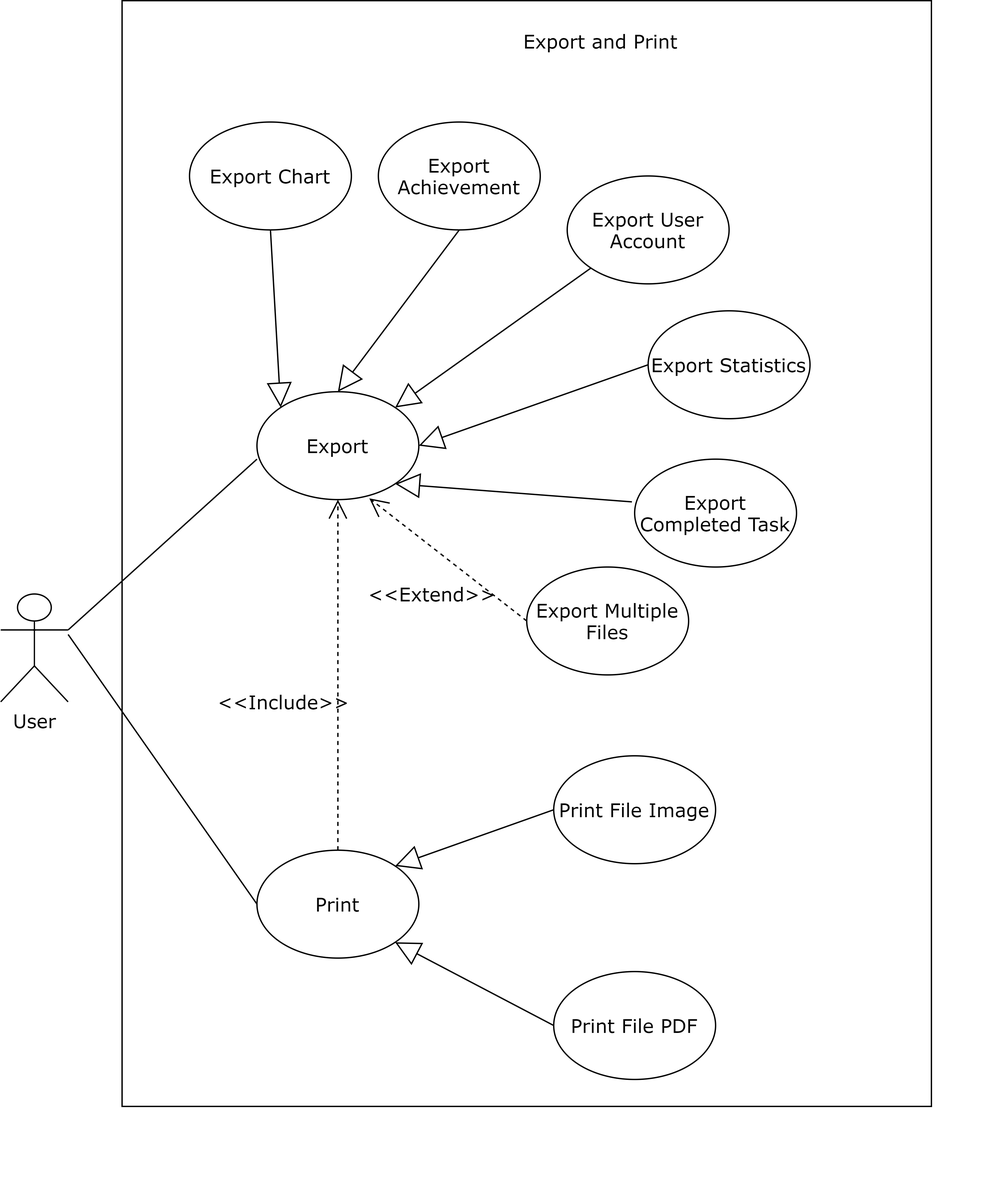
Before: ToDoApp-Doc/Document/Diagram/UseCase/Export_Print/Export_Print.png, a diagram exported from draw.io (Merevoli-DatLuu/To-Do-App). Source tidied: cells renumbered, new cells last; positions are measured from the earlier drawing's top-left corner, leaving out a move shared by most shapes.
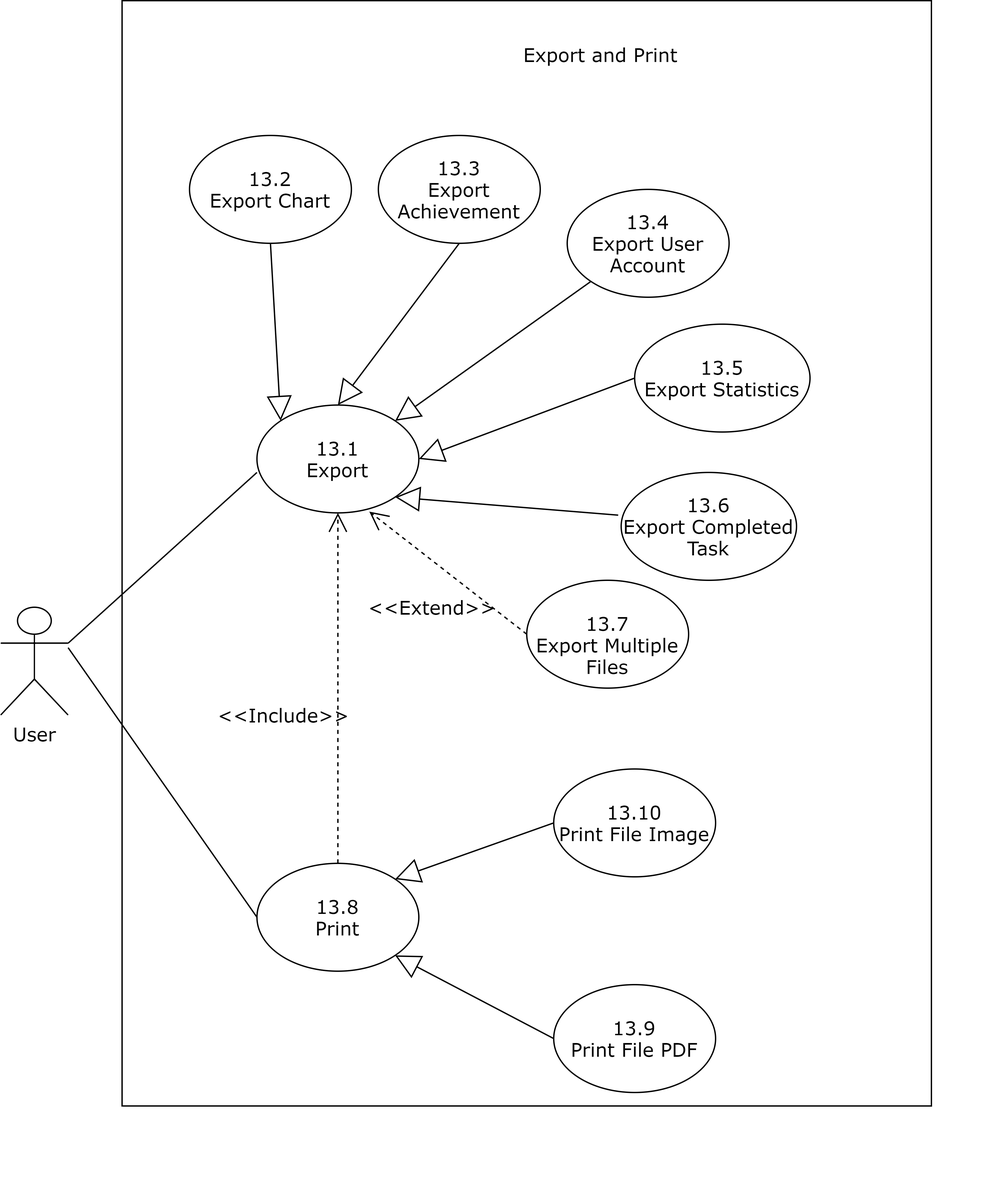
The same file after the commit.

Commit message:
[Modified]: Export_Print Use Case Diagram

Change to the diagram source:
```diff
@@ -8,34 +8,34 @@
     <mxCell id="3" value="User" style="shape=umlActor;verticalLabelPosition=bottom;verticalAlign=top;html=1;outlineConnect=0;fontFamily=Verdana;fontSize=14;" parent="2" vertex="1">
       <mxGeometry y="350" width="50" height="80" as="geometry" />
     </mxCell>
-    <mxCell id="4" value="Print File PDF" style="ellipse;whiteSpace=wrap;html=1;fontFamily=Verdana;fontSize=14;" parent="2" vertex="1">
+    <mxCell id="4" value="13.9&lt;br&gt;Print File PDF" style="ellipse;whiteSpace=wrap;html=1;fontFamily=Verdana;fontSize=14;" parent="2" vertex="1">
       <mxGeometry x="410" y="630" width="120" height="80" as="geometry" />
     </mxCell>
-    <mxCell id="5" value="Print File Image" style="ellipse;whiteSpace=wrap;html=1;fontFamily=Verdana;fontSize=14;" parent="2" vertex="1">
+    <mxCell id="5" value="13.10&lt;br&gt;Print File Image" style="ellipse;whiteSpace=wrap;html=1;fontFamily=Verdana;fontSize=14;" parent="2" vertex="1">
       <mxGeometry x="410" y="470" width="120" height="80" as="geometry" />
     </mxCell>
-    <mxCell id="6" value="Print" style="ellipse;whiteSpace=wrap;html=1;fontFamily=Verdana;fontSize=14;" parent="2" vertex="1">
+    <mxCell id="6" value="13.8&lt;br&gt;Print" style="ellipse;whiteSpace=wrap;html=1;fontFamily=Verdana;fontSize=14;" parent="2" vertex="1">
       <mxGeometry x="190" y="540" width="120" height="80" as="geometry" />
     </mxCell>
-    <mxCell id="7" value="Export Multiple Files" style="ellipse;whiteSpace=wrap;html=1;fontFamily=Verdana;fontSize=14;" parent="2" vertex="1">
+    <mxCell id="7" value="&lt;br&gt;13.7&lt;br&gt;Export Multiple Files" style="ellipse;whiteSpace=wrap;html=1;fontFamily=Verdana;fontSize=14;" parent="2" vertex="1">
       <mxGeometry x="390" y="330" width="120" height="80" as="geometry" />
     </mxCell>
-    <mxCell id="8" value="Export Completed Task" style="ellipse;whiteSpace=wrap;html=1;fontFamily=Verdana;fontSize=14;" parent="2" vertex="1">
-      <mxGeometry x="470" y="250" width="120" height="80" as="geometry" />
+    <mxCell id="8" value="13.6&lt;br&gt;Export Completed Task" style="ellipse;whiteSpace=wrap;html=1;fontFamily=Verdana;fontSize=14;" parent="2" vertex="1">
+      <mxGeometry x="460" y="250" width="130" height="80" as="geometry" />
     </mxCell>
-    <mxCell id="9" value="Export Chart" style="ellipse;whiteSpace=wrap;html=1;fontFamily=Verdana;fontSize=14;" parent="2" vertex="1">
+    <mxCell id="9" value="13.2&lt;br&gt;Export Chart" style="ellipse;whiteSpace=wrap;html=1;fontFamily=Verdana;fontSize=14;" parent="2" vertex="1">
       <mxGeometry x="140" width="120" height="80" as="geometry" />
     </mxCell>
-    <mxCell id="10" value="Export" style="ellipse;whiteSpace=wrap;html=1;fontFamily=Verdana;fontSize=14;" parent="2" vertex="1">
+    <mxCell id="10" value="13.1&lt;br&gt;Export" style="ellipse;whiteSpace=wrap;html=1;fontFamily=Verdana;fontSize=14;" parent="2" vertex="1">
       <mxGeometry x="190" y="200" width="120" height="80" as="geometry" />
     </mxCell>
-    <mxCell id="11" value="Export Statistics" style="ellipse;whiteSpace=wrap;html=1;fontFamily=Verdana;fontSize=14;" parent="2" vertex="1">
-      <mxGeometry x="480" y="140" width="120" height="80" as="geometry" />
+    <mxCell id="11" value="13.5&lt;br&gt;Export Statistics" style="ellipse;whiteSpace=wrap;html=1;fontFamily=Verdana;fontSize=14;" parent="2" vertex="1">
+      <mxGeometry x="470" y="140" width="130" height="80" as="geometry" />
     </mxCell>
-    <mxCell id="12" value="Export User Account" style="ellipse;whiteSpace=wrap;html=1;fontFamily=Verdana;fontSize=14;" parent="2" vertex="1">
+    <mxCell id="12" value="13.4&lt;br&gt;Export User Account" style="ellipse;whiteSpace=wrap;html=1;fontFamily=Verdana;fontSize=14;" parent="2" vertex="1">
       <mxGeometry x="420" y="40" width="120" height="80" as="geometry" />
     </mxCell>
-    <mxCell id="13" value="Export Achievement" style="ellipse;whiteSpace=wrap;html=1;fontFamily=Verdana;fontSize=14;" parent="2" vertex="1">
+    <mxCell id="13" value="13.3&lt;br&gt;Export Achievement" style="ellipse;whiteSpace=wrap;html=1;fontFamily=Verdana;fontSize=14;" parent="2" vertex="1">
       <mxGeometry x="280" width="120" height="80" as="geometry" />
     </mxCell>
     <mxCell id="14" style="endArrow=none;html=1;exitX=1;exitY=0.3333333333333333;exitDx=0;exitDy=0;exitPerimeter=0;fontFamily=Verdana;fontSize=14;" parent="2" edge="1" source="3">
@@ -84,7 +84,7 @@
       <mxGeometry x="190" y="420" width="40" height="20" as="geometry" />
     </mxCell>
     <mxCell id="27" style="rounded=0;whiteSpace=wrap;html=1;shadow=0;sketch=0;glass=0;gradientDirection=south;noLabel=0;backgroundOutline=0;fillColor=none;fontFamily=Verdana;fontSize=14;" parent="1" vertex="1">
-      <mxGeometry x="90" width="600" height="820" as="geometry" />
+      <mxGeometry x="90" y="-10" width="600" height="820" as="geometry" />
     </mxCell>
     <mxCell id="28" value="Export and Print" style="text;html=1;strokeColor=none;fillColor=none;align=center;verticalAlign=middle;whiteSpace=wrap;rounded=0;shadow=0;glass=0;sketch=0;fontFamily=Verdana;fontSize=14;" parent="1" vertex="1">
       <mxGeometry x="380" y="20" width="130" height="20" as="geometry" />
```
